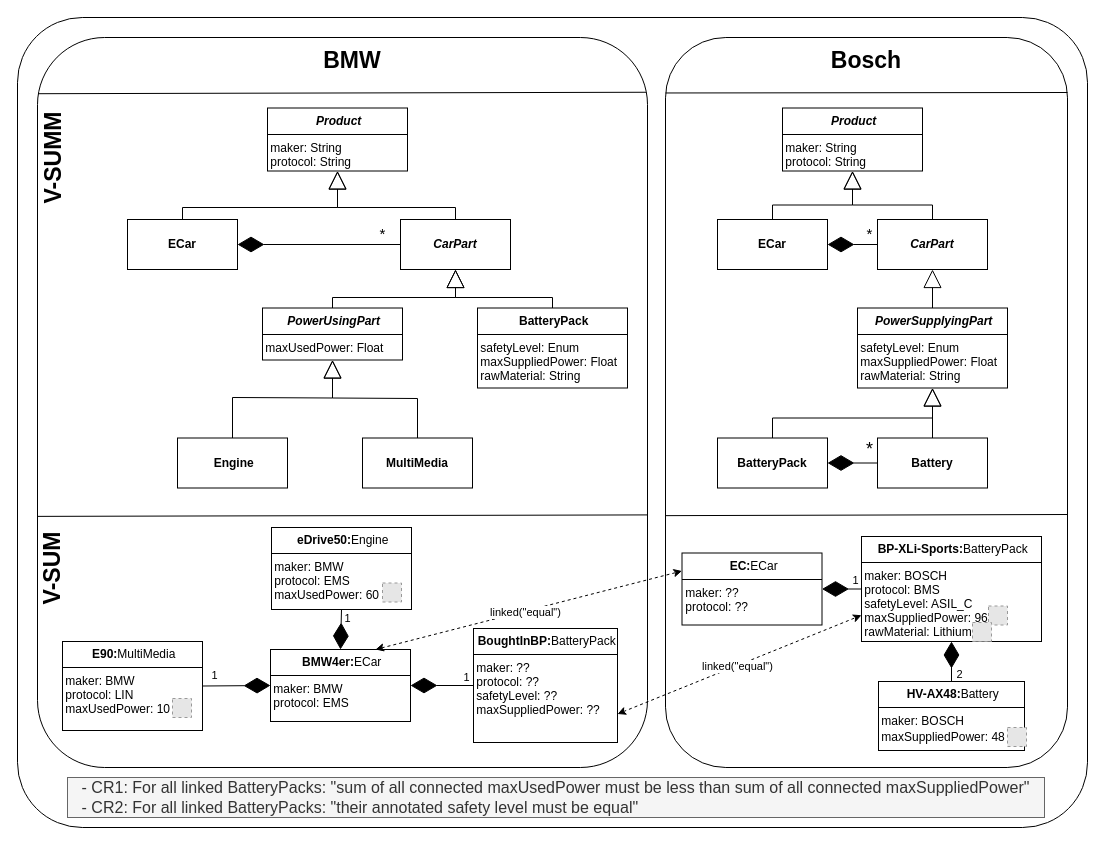
Earlier version of the draw.io diagram B01-MVE-Poster.drawio (Mohammad-Si/convide-B01-MVE). Source tidied: cells renumbered, new cells numbered last; positions are measured from the earlier drawing's top-left corner, leaving out a move shared by most shapes. Both pictures are drawn from the tidied source at 100%, with x=0, y=0 at pixel (17, 17). Pictures stored in the file or linked from it are replaced by grey dashed boxes.
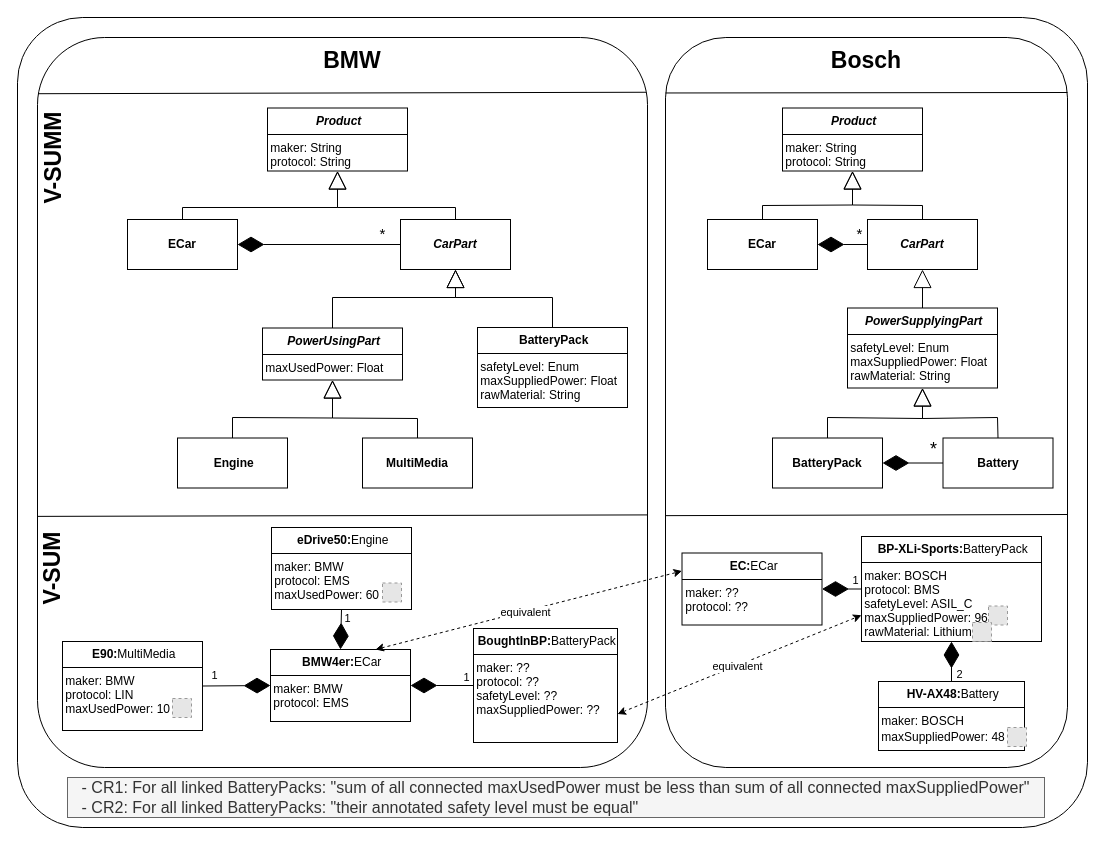
After the change.

Unchanged cells that the change refers to:
```xml
<mxCell id="17" value="&lt;span style=&quot;font-weight: 700; background-color: initial;&quot;&gt;&amp;nbsp;Engine&lt;/span&gt;" style="html=1;whiteSpace=wrap;" parent="1" vertex="1">
  <mxGeometry x="160" y="420.5" width="110" height="50" as="geometry" />
</mxCell>
<mxCell id="37" value="&lt;p style=&quot;margin:0px;margin-top:4px;text-align:center;&quot;&gt;&lt;/p&gt;&lt;div style=&quot;height:2px;&quot;&gt;&lt;/div&gt;&lt;span style=&quot;font-weight: 700;&quot;&gt;&lt;div style=&quot;text-align: center;&quot;&gt;&lt;span style=&quot;background-color: initial;&quot;&gt;&amp;nbsp;&lt;i&gt;Product&lt;/i&gt;&lt;/span&gt;&lt;/div&gt;&lt;/span&gt;&lt;hr size=&quot;1&quot; style=&quot;border-style:solid;&quot;&gt;&lt;div style=&quot;height:2px;&quot;&gt;&lt;div style=&quot;height: 2px;&quot;&gt;&amp;nbsp;&lt;span style=&quot;background-color: initial;&quot;&gt;maker: String&lt;/span&gt;&lt;/div&gt;&lt;div style=&quot;height: 2px;&quot;&gt;&lt;div style=&quot;height: 2px;&quot;&gt;&lt;br&gt;&lt;/div&gt;&lt;div style=&quot;height: 2px;&quot;&gt;&lt;br&gt;&lt;/div&gt;&lt;div style=&quot;height: 2px;&quot;&gt;&lt;br&gt;&lt;/div&gt;&lt;div style=&quot;height: 2px;&quot;&gt;&lt;br&gt;&lt;/div&gt;&lt;div style=&quot;height: 2px;&quot;&gt;&lt;br&gt;&lt;/div&gt;&lt;div style=&quot;height: 2px;&quot;&gt;&lt;br&gt;&lt;/div&gt;&lt;div style=&quot;height: 2px;&quot;&gt;&amp;nbsp;protocol: String&lt;/div&gt;&lt;/div&gt;&lt;div style=&quot;height: 2px;&quot;&gt;&lt;br&gt;&lt;/div&gt;&lt;div style=&quot;height: 2px;&quot;&gt;&lt;br&gt;&lt;/div&gt;&lt;div style=&quot;height: 2px;&quot;&gt;&lt;br&gt;&lt;/div&gt;&lt;div style=&quot;height: 2px;&quot;&gt;&lt;br&gt;&lt;/div&gt;&lt;div style=&quot;height: 2px;&quot;&gt;&lt;br&gt;&lt;/div&gt;&lt;div style=&quot;height: 2px;&quot;&gt;&lt;br&gt;&lt;/div&gt;&lt;div style=&quot;height: 2px;&quot;&gt;&lt;br&gt;&lt;/div&gt;&lt;div style=&quot;height: 2px;&quot;&gt;&lt;br&gt;&lt;/div&gt;&lt;div style=&quot;height: 2px;&quot;&gt;&lt;br&gt;&lt;/div&gt;&lt;div style=&quot;height: 2px;&quot;&gt;&lt;br&gt;&lt;/div&gt;&lt;div style=&quot;height: 2px;&quot;&gt;&lt;br&gt;&lt;/div&gt;&lt;/div&gt;" style="verticalAlign=top;align=left;overflow=fill;html=1;whiteSpace=wrap;" parent="1" vertex="1">
  <mxGeometry x="765" y="90.5" width="140" height="63" as="geometry" />
</mxCell>
<mxCell id="46" value="&lt;span style=&quot;font-weight: 700; background-color: initial;&quot;&gt;MultiMedia&lt;/span&gt;" style="html=1;whiteSpace=wrap;" parent="1" vertex="1">
  <mxGeometry x="345" y="420.5" width="110" height="50" as="geometry" />
</mxCell>
<mxCell id="63" style="rounded=0;jettySize=auto;html=1;entryX=0;entryY=0.75;entryDx=0;entryDy=0;exitX=1;exitY=0.75;exitDx=0;exitDy=0;startArrow=classic;startFill=1;dashed=1;" parent="1" edge="1" source="10" target="25">
  <mxGeometry relative="1" as="geometry" />
</mxCell>
<mxCell id="66" style="rounded=0;jettySize=auto;html=1;entryX=0;entryY=0.25;entryDx=0;entryDy=0;exitX=0.75;exitY=0;exitDx=0;exitDy=0;startArrow=classic;startFill=1;dashed=1;" parent="1" edge="1" source="7" target="34">
  <mxGeometry relative="1" as="geometry" />
</mxCell>
```

Change to the diagram source:
```diff
@@
     <mxCell id="4" value="&lt;p style=&quot;margin:0px;margin-top:4px;text-align:center;&quot;&gt;&lt;/p&gt;&lt;div style=&quot;height:2px;&quot;&gt;&lt;/div&gt;&lt;span style=&quot;font-weight: 700;&quot;&gt;&lt;div style=&quot;text-align: center;&quot;&gt;&lt;span style=&quot;background-color: initial;&quot;&gt;&amp;nbsp;&lt;i&gt;PowerUsingPart&lt;/i&gt;&lt;/span&gt;&lt;/div&gt;&lt;/span&gt;&lt;hr size=&quot;1&quot; style=&quot;border-style:solid;&quot;&gt;&lt;div style=&quot;height:2px;&quot;&gt;&lt;div style=&quot;height: 2px;&quot;&gt;&lt;span style=&quot;background-color: initial;&quot;&gt;&amp;nbsp;maxUsedPower: Float&lt;/span&gt;&lt;br&gt;&lt;/div&gt;&lt;/div&gt;" style="verticalAlign=top;align=left;overflow=fill;html=1;whiteSpace=wrap;" parent="1" vertex="1">
-      <mxGeometry x="245" y="290.5" width="140" height="52" as="geometry" />
+      <mxGeometry x="245" y="310.5" width="140" height="52" as="geometry" />
     </mxCell>
     <mxCell id="5" style="endArrow=block;endSize=16;endFill=0;html=1;rounded=0;entryX=0.5;entryY=1;entryDx=0;entryDy=0;exitX=0.5;exitY=0;exitDx=0;exitDy=0;" parent="1" edge="1" source="17" target="4">
       <mxGeometry relative="1" as="geometry">
         <Array as="points">
-          <mxPoint x="215" y="380" />
-          <mxPoint x="315" y="380.5" />
+          <mxPoint x="215" y="400" />
+          <mxPoint x="315" y="400.5" />
         </Array>
       </mxGeometry>
     </mxCell>
     <mxCell id="6" style="endArrow=block;endSize=16;endFill=0;html=1;rounded=0;entryX=0.5;entryY=1;entryDx=0;entryDy=0;exitX=0.5;exitY=0;exitDx=0;exitDy=0;" parent="1" edge="1" source="46" target="4">
       <mxGeometry relative="1" as="geometry">
         <Array as="points">
-          <mxPoint x="400" y="381" />
-          <mxPoint x="315" y="380.5" />
+          <mxPoint x="400" y="401" />
+          <mxPoint x="315" y="400.5" />
         </Array>
       </mxGeometry>
     </mxCell>
@@
     <mxCell id="19" value="&lt;p style=&quot;margin:0px;margin-top:4px;text-align:center;&quot;&gt;&lt;/p&gt;&lt;div style=&quot;height:2px;&quot;&gt;&lt;/div&gt;&lt;span style=&quot;font-weight: 700;&quot;&gt;&lt;div style=&quot;text-align: center;&quot;&gt;&lt;span style=&quot;background-color: initial;&quot;&gt;&amp;nbsp;&lt;i&gt;PowerSupplyingPart&lt;/i&gt;&lt;/span&gt;&lt;/div&gt;&lt;/span&gt;&lt;hr size=&quot;1&quot; style=&quot;border-style:solid;&quot;&gt;&lt;div style=&quot;height:2px;&quot;&gt;&lt;div style=&quot;height: 2px;&quot;&gt;&lt;div style=&quot;height: 2px;&quot;&gt;&amp;nbsp;safetyLevel: Enum&lt;/div&gt;&lt;div style=&quot;height: 2px;&quot;&gt;&lt;br&gt;&lt;/div&gt;&lt;div style=&quot;height: 2px;&quot;&gt;&lt;br&gt;&lt;/div&gt;&lt;div style=&quot;height: 2px;&quot;&gt;&lt;br&gt;&lt;/div&gt;&lt;div style=&quot;height: 2px;&quot;&gt;&lt;br&gt;&lt;/div&gt;&lt;div style=&quot;height: 2px;&quot;&gt;&lt;br&gt;&lt;/div&gt;&lt;div style=&quot;height: 2px;&quot;&gt;&lt;br&gt;&lt;/div&gt;&lt;div style=&quot;height: 2px;&quot;&gt;&amp;nbsp;maxSuppliedPower: Float&lt;/div&gt;&lt;div style=&quot;height: 2px;&quot;&gt;&lt;br&gt;&lt;/div&gt;&lt;div style=&quot;height: 2px;&quot;&gt;&lt;br&gt;&lt;/div&gt;&lt;div style=&quot;height: 2px;&quot;&gt;&lt;br&gt;&lt;/div&gt;&lt;div style=&quot;height: 2px;&quot;&gt;&lt;br&gt;&lt;/div&gt;&lt;div style=&quot;height: 2px;&quot;&gt;&lt;br&gt;&lt;/div&gt;&lt;div style=&quot;height: 2px;&quot;&gt;&lt;br&gt;&lt;/div&gt;&lt;div style=&quot;height: 2px;&quot;&gt;&amp;nbsp;rawMaterial: String&lt;/div&gt;&lt;/div&gt;&lt;/div&gt;" style="verticalAlign=top;align=left;overflow=fill;html=1;whiteSpace=wrap;" parent="1" vertex="1">
-      <mxGeometry x="840" y="290.5" width="150" height="80" as="geometry" />
+      <mxGeometry x="830" y="290.5" width="150" height="80" as="geometry" />
     </mxCell>
@@
     <mxCell id="22" style="endArrow=block;endSize=16;endFill=0;html=1;rounded=0;entryX=0.5;entryY=1;entryDx=0;entryDy=0;exitX=0.5;exitY=0;exitDx=0;exitDy=0;" parent="1" edge="1" source="31" target="19">
       <mxGeometry relative="1" as="geometry">
         <Array as="points">
-          <mxPoint x="755" y="400.5" />
-          <mxPoint x="915" y="400.5" />
+          <mxPoint x="810" y="400" />
+          <mxPoint x="905" y="401" />
         </Array>
       </mxGeometry>
     </mxCell>
     <mxCell id="23" style="endArrow=block;endSize=16;endFill=0;html=1;rounded=0;entryX=0.5;entryY=1;entryDx=0;entryDy=0;exitX=0.5;exitY=0;exitDx=0;exitDy=0;" parent="1" edge="1" source="30" target="19">
       <mxGeometry relative="1" as="geometry">
         <Array as="points">
-          <mxPoint x="915" y="400.5" />
+          <mxPoint x="980" y="400" />
+          <mxPoint x="905" y="401" />
         </Array>
       </mxGeometry>
     </mxCell>
@@
     <mxCell id="30" value="&lt;span style=&quot;font-weight: 700; background-color: initial;&quot;&gt;Battery&lt;/span&gt;" style="html=1;whiteSpace=wrap;" parent="1" vertex="1">
-      <mxGeometry x="860" y="420.5" width="110" height="50" as="geometry" />
+      <mxGeometry x="925.5" y="420.5" width="110" height="50" as="geometry" />
     </mxCell>
     <mxCell id="31" value="&lt;span style=&quot;font-weight: 700; background-color: initial;&quot;&gt;BatteryPack&lt;/span&gt;" style="html=1;whiteSpace=wrap;" parent="1" vertex="1">
-      <mxGeometry x="700" y="420.5" width="110" height="50" as="geometry" />
+      <mxGeometry x="755" y="420.5" width="110" height="50" as="geometry" />
     </mxCell>
@@
     <mxCell id="35" value="&lt;b&gt;&lt;i&gt;CarPart&lt;/i&gt;&lt;/b&gt;" style="html=1;whiteSpace=wrap;" parent="1" vertex="1">
-      <mxGeometry x="860" y="202" width="110" height="50" as="geometry" />
+      <mxGeometry x="850" y="202" width="110" height="50" as="geometry" />
     </mxCell>
     <mxCell id="36" value="&lt;b&gt;ECar&lt;/b&gt;" style="html=1;whiteSpace=wrap;" parent="1" vertex="1">
-      <mxGeometry x="700" y="202" width="110" height="50" as="geometry" />
+      <mxGeometry x="690" y="202" width="110" height="50" as="geometry" />
     </mxCell>
@@
     <mxCell id="38" style="endArrow=block;endSize=16;endFill=0;html=1;rounded=0;entryX=0.5;entryY=1;entryDx=0;entryDy=0;exitX=0.5;exitY=0;exitDx=0;exitDy=0;" parent="1" edge="1" source="36" target="37">
       <mxGeometry relative="1" as="geometry">
         <Array as="points">
-          <mxPoint x="755" y="187.5" />
+          <mxPoint x="745" y="188" />
           <mxPoint x="835" y="187.5" />
         </Array>
       </mxGeometry>
     </mxCell>
     <mxCell id="39" style="endArrow=block;endSize=16;endFill=0;html=1;rounded=0;exitX=0.5;exitY=0;exitDx=0;exitDy=0;entryX=0.5;entryY=1;entryDx=0;entryDy=0;" parent="1" edge="1" source="35" target="37">
       <mxGeometry relative="1" as="geometry">
         <Array as="points">
-          <mxPoint x="915" y="187.5" />
+          <mxPoint x="905" y="188" />
           <mxPoint x="835" y="187.5" />
         </Array>
       </mxGeometry>
     </mxCell>
@@
     <mxCell id="47" value="&lt;p style=&quot;margin:0px;margin-top:4px;text-align:center;&quot;&gt;&lt;/p&gt;&lt;div style=&quot;height:2px;&quot;&gt;&lt;/div&gt;&lt;span style=&quot;font-weight: 700;&quot;&gt;&lt;div style=&quot;text-align: center;&quot;&gt;&lt;span style=&quot;background-color: initial;&quot;&gt;&amp;nbsp;&lt;/span&gt;&lt;span style=&quot;background-color: initial;&quot;&gt;BatteryPack&lt;/span&gt;&lt;/div&gt;&lt;/span&gt;&lt;hr size=&quot;1&quot; style=&quot;border-style:solid;&quot;&gt;&lt;div style=&quot;height:2px;&quot;&gt;&lt;div style=&quot;height: 2px;&quot;&gt;&lt;div style=&quot;height: 2px;&quot;&gt;&amp;nbsp;safetyLevel: Enum&lt;/div&gt;&lt;div style=&quot;height: 2px;&quot;&gt;&lt;br&gt;&lt;/div&gt;&lt;div style=&quot;height: 2px;&quot;&gt;&lt;br&gt;&lt;/div&gt;&lt;div style=&quot;height: 2px;&quot;&gt;&lt;br&gt;&lt;/div&gt;&lt;div style=&quot;height: 2px;&quot;&gt;&lt;br&gt;&lt;/div&gt;&lt;div style=&quot;height: 2px;&quot;&gt;&lt;br&gt;&lt;/div&gt;&lt;div style=&quot;height: 2px;&quot;&gt;&lt;br&gt;&lt;/div&gt;&lt;div style=&quot;height: 2px;&quot;&gt;&amp;nbsp;maxSuppliedPower: Float&lt;/div&gt;&lt;div style=&quot;height: 2px;&quot;&gt;&lt;br&gt;&lt;/div&gt;&lt;div style=&quot;height: 2px;&quot;&gt;&lt;br&gt;&lt;/div&gt;&lt;div style=&quot;height: 2px;&quot;&gt;&lt;br&gt;&lt;/div&gt;&lt;div style=&quot;height: 2px;&quot;&gt;&lt;br&gt;&lt;/div&gt;&lt;div style=&quot;height: 2px;&quot;&gt;&lt;br&gt;&lt;/div&gt;&lt;div style=&quot;height: 2px;&quot;&gt;&lt;br&gt;&lt;/div&gt;&lt;div style=&quot;height: 2px;&quot;&gt;&amp;nbsp;rawMaterial: String&lt;/div&gt;&lt;/div&gt;&lt;/div&gt;" style="verticalAlign=top;align=left;overflow=fill;html=1;whiteSpace=wrap;" parent="1" vertex="1">
-      <mxGeometry x="460" y="290.5" width="150" height="80" as="geometry" />
+      <mxGeometry x="460" y="310" width="150" height="80" as="geometry" />
     </mxCell>
@@
-    <mxCell id="64" value="linked(&quot;equal&quot;)" style="edgeLabel;html=1;align=center;verticalAlign=middle;" parent="63" vertex="1">
+    <mxCell id="64" value="equivalent" style="edgeLabel;html=1;align=center;verticalAlign=middle;" parent="63" vertex="1">
       <mxGeometry x="-0.03" relative="1" as="geometry">
         <mxPoint x="1" as="offset" />
       </mxGeometry>
     </mxCell>
@@
-    <mxCell id="67" value="linked(&quot;equal&quot;)" style="edgeLabel;html=1;align=center;verticalAlign=middle;" parent="66" vertex="1">
+    <mxCell id="67" value="equivalent" style="edgeLabel;html=1;align=center;verticalAlign=middle;" parent="66" vertex="1">
       <mxGeometry x="-0.03" relative="1" as="geometry">
         <mxPoint x="1" as="offset" />
       </mxGeometry>
     </mxCell>
```
